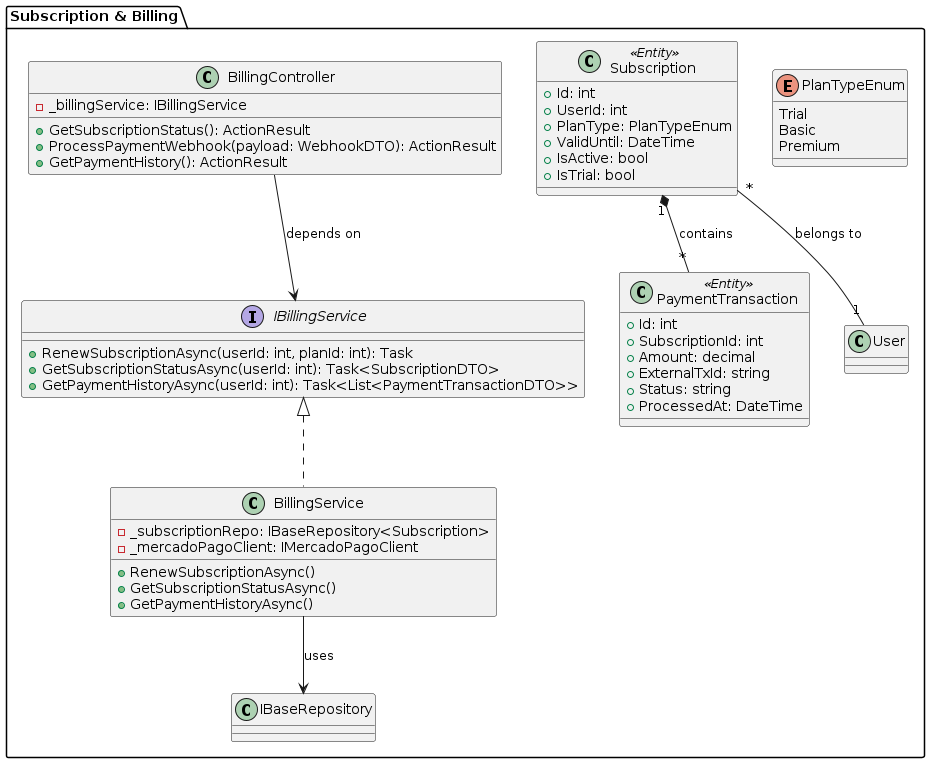
The PlantUML diagram report/assets/class-diagrams/suscription-and-billing-component-diagram.png in upc-pre-1asi0729-11848-arcadiadevs/viora-report, before a commit. Its diagram source:
```plantuml
@startuml
package "Subscription & Billing" {
    class BillingController {
        - _billingService: IBillingService
        + GetSubscriptionStatus(): ActionResult
        + ProcessPaymentWebhook(payload: WebhookDTO): ActionResult
        + GetPaymentHistory(): ActionResult
    }

    interface IBillingService {
        + RenewSubscriptionAsync(userId: int, planId: int): Task
        + GetSubscriptionStatusAsync(userId: int): Task<SubscriptionDTO>
        + GetPaymentHistoryAsync(userId: int): Task<List<PaymentTransactionDTO>>
    }

    class BillingService {
        - _subscriptionRepo: IBaseRepository<Subscription>
        - _mercadoPagoClient: IMercadoPagoClient
        + RenewSubscriptionAsync()
        + GetSubscriptionStatusAsync()
        + GetPaymentHistoryAsync()
    }

    class Subscription <<Entity>> {
        + Id: int
        + UserId: int
        + PlanType: PlanTypeEnum
        + ValidUntil: DateTime
        + IsActive: bool
        + IsTrial: bool
    }

    class PaymentTransaction <<Entity>> {
        + Id: int
        + SubscriptionId: int
        + Amount: decimal
        + ExternalTxId: string
        + Status: string
        + ProcessedAt: DateTime
    }

    enum PlanTypeEnum {
        Trial
        Basic
        Premium
    }

    IBillingService <|.. BillingService
    BillingService --> IBaseRepository : uses
    Subscription "1" *-- "*" PaymentTransaction : contains
    Subscription "*" -- "1" User : belongs to
    BillingController --> IBillingService : depends on
}
@enduml
```
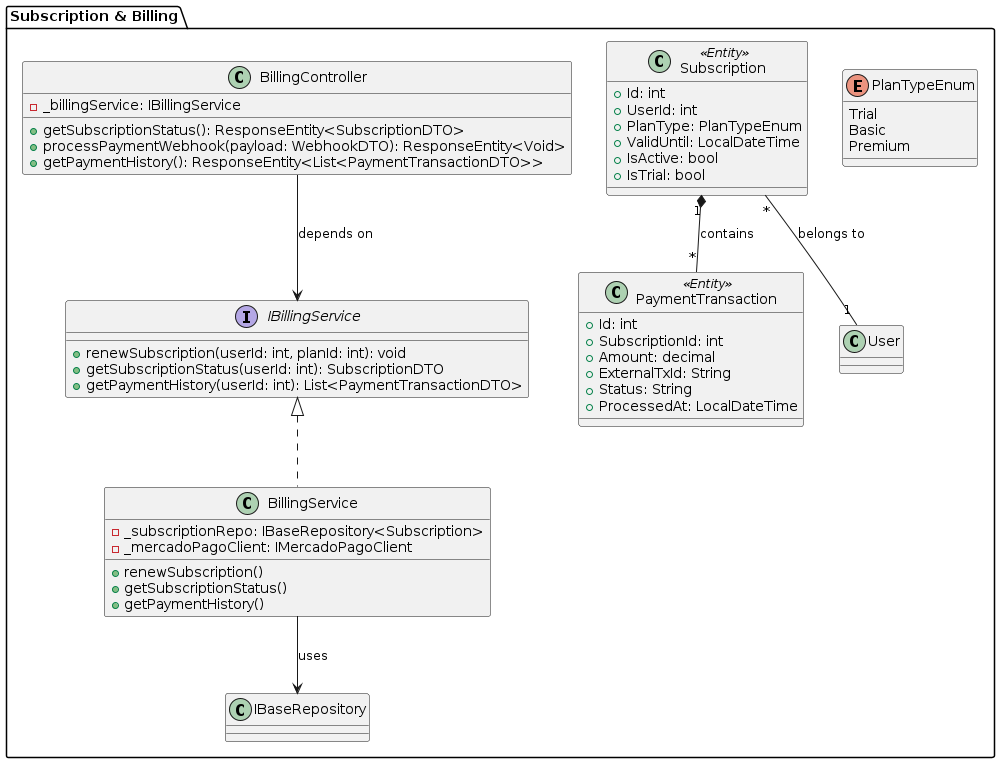
The same diagram one commit later.

Diff of the diagram source:
```diff
@@ -2,30 +2,30 @@
 package "Subscription & Billing" {
     class BillingController {
         - _billingService: IBillingService
-        + GetSubscriptionStatus(): ActionResult
-        + ProcessPaymentWebhook(payload: WebhookDTO): ActionResult
-        + GetPaymentHistory(): ActionResult
+        + getSubscriptionStatus(): ResponseEntity<SubscriptionDTO>
+        + processPaymentWebhook(payload: WebhookDTO): ResponseEntity<Void>
+        + getPaymentHistory(): ResponseEntity<List<PaymentTransactionDTO>>
     }
 
     interface IBillingService {
-        + RenewSubscriptionAsync(userId: int, planId: int): Task
-        + GetSubscriptionStatusAsync(userId: int): Task<SubscriptionDTO>
-        + GetPaymentHistoryAsync(userId: int): Task<List<PaymentTransactionDTO>>
+        + renewSubscription(userId: int, planId: int): void
+        + getSubscriptionStatus(userId: int): SubscriptionDTO
+        + getPaymentHistory(userId: int): List<PaymentTransactionDTO>
     }
 
     class BillingService {
         - _subscriptionRepo: IBaseRepository<Subscription>
         - _mercadoPagoClient: IMercadoPagoClient
-        + RenewSubscriptionAsync()
-        + GetSubscriptionStatusAsync()
-        + GetPaymentHistoryAsync()
+        + renewSubscription()
+        + getSubscriptionStatus()
+        + getPaymentHistory()
     }
 
     class Subscription <<Entity>> {
         + Id: int
         + UserId: int
         + PlanType: PlanTypeEnum
-        + ValidUntil: DateTime
+        + ValidUntil: LocalDateTime
         + IsActive: bool
         + IsTrial: bool
     }
@@ -34,9 +34,9 @@
         + Id: int
         + SubscriptionId: int
         + Amount: decimal
-        + ExternalTxId: string
-        + Status: string
-        + ProcessedAt: DateTime
+        + ExternalTxId: String
+        + Status: String
+        + ProcessedAt: LocalDateTime
     }
 
     enum PlanTypeEnum {
```
